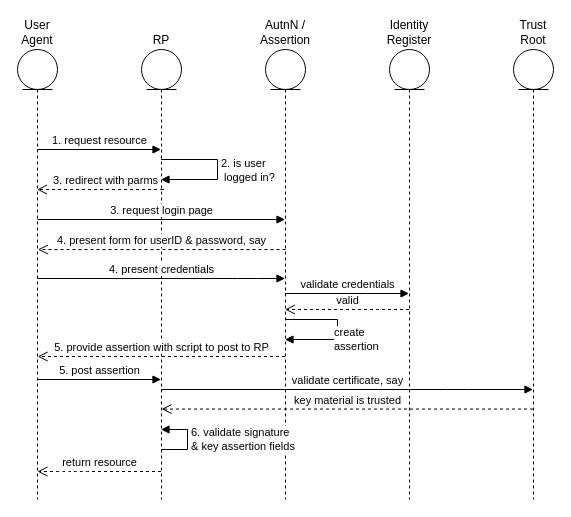
cronical/idpro-bok-tech-arch keeps this draw.io diagram as use-cases/authn-saml/sequence.drawio. Above is the earlier version. Source tidied: cells renumbered, new cells numbered last; positions are measured from the earlier drawing's top-left corner, leaving out a move shared by most shapes. Both pictures are drawn from the tidied source at 100%, with x=0, y=0 at pixel (17, 49).
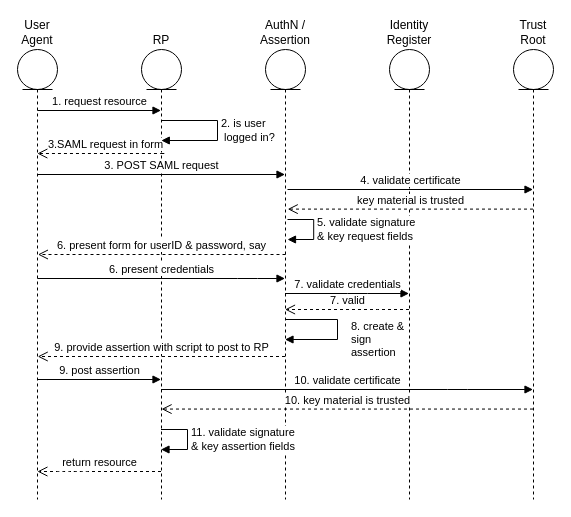
The same page after the edit.

Commit message (it also covers changes not shown here):
draft of authn-saml use-case complete

Unchanged cells that the change refers to:
```xml
<mxCell id="2" value="User Agent" style="shape=umlLifeline;participant=umlEntity;perimeter=lifelinePerimeter;whiteSpace=wrap;html=1;verticalAlign=bottom;spacingTop=36;outlineConnect=0;flipH=0;labelPosition=center;verticalLabelPosition=top;align=center;" parent="1" vertex="1">
  <mxGeometry width="40" height="450" as="geometry" />
</mxCell>
<mxCell id="3" value="RP" style="shape=umlLifeline;participant=umlEntity;perimeter=lifelinePerimeter;whiteSpace=wrap;html=1;verticalAlign=bottom;spacingTop=36;outlineConnect=0;flipH=0;labelPosition=center;verticalLabelPosition=top;align=center;" parent="1" vertex="1">
  <mxGeometry x="124" width="40" height="450" as="geometry" />
</mxCell>
<mxCell id="16" value="Identity Register" style="shape=umlLifeline;participant=umlEntity;perimeter=lifelinePerimeter;whiteSpace=wrap;html=1;verticalAlign=bottom;spacingTop=36;outlineConnect=0;flipH=0;labelPosition=center;verticalLabelPosition=top;align=center;" parent="1" vertex="1">
  <mxGeometry x="372" width="40" height="450" as="geometry" />
</mxCell>
<mxCell id="19" value="Trust Root" style="shape=umlLifeline;participant=umlEntity;perimeter=lifelinePerimeter;whiteSpace=wrap;html=1;verticalAlign=bottom;spacingTop=36;outlineConnect=0;flipH=0;labelPosition=center;verticalLabelPosition=top;align=center;" parent="1" vertex="1">
  <mxGeometry x="496" width="40" height="450" as="geometry" />
</mxCell>
```

Change to the diagram source:
```diff
@@
-    <mxCell id="4" value="AutnN / Assertion" style="shape=umlLifeline;participant=umlEntity;perimeter=lifelinePerimeter;whiteSpace=wrap;html=1;verticalAlign=bottom;spacingTop=36;outlineConnect=0;flipH=0;labelPosition=center;verticalLabelPosition=top;align=center;" parent="1" vertex="1">
+    <mxCell id="4" value="AuthN / Assertion" style="shape=umlLifeline;participant=umlEntity;perimeter=lifelinePerimeter;whiteSpace=wrap;html=1;verticalAlign=bottom;spacingTop=36;outlineConnect=0;flipH=0;labelPosition=center;verticalLabelPosition=top;align=center;" parent="1" vertex="1">
       <mxGeometry x="248" width="40" height="450" as="geometry" />
     </mxCell>
-    <mxCell id="5" value="1. request resource" style="html=1;verticalAlign=bottom;endArrow=block;" parent="1" edge="1" target="3">
+    <mxCell id="5" value="1. request resource" style="html=1;verticalAlign=bottom;endArrow=block;" parent="1" edge="1">
       <mxGeometry relative="1" as="geometry">
-        <mxPoint x="20" y="100" as="sourcePoint" />
+        <mxPoint x="20" y="61" as="sourcePoint" />
+        <mxPoint x="143.5" y="61" as="targetPoint" />
       </mxGeometry>
     </mxCell>
-    <mxCell id="6" value="3. redirect with parms" style="html=1;verticalAlign=bottom;endArrow=open;dashed=1;endSize=8;" parent="1" edge="1" source="3" target="2">
+    <mxCell id="6" value="3.SAML request in form" style="html=1;verticalAlign=bottom;endArrow=open;dashed=1;endSize=8;" parent="1" edge="1">
       <mxGeometry relative="1" as="geometry">
+        <mxPoint x="143.8" y="104" as="sourcePoint" />
+        <mxPoint x="19.8" y="104" as="targetPoint" />
         <Array as="points">
-          <mxPoint x="150" y="140" />
+          <mxPoint x="150" y="104" />
         </Array>
       </mxGeometry>
     </mxCell>
-    <mxCell id="7" value="3. request login page" style="html=1;verticalAlign=bottom;endArrow=block;" parent="1" edge="1" target="4">
+    <mxCell id="7" value="3. POST SAML request" style="html=1;verticalAlign=bottom;endArrow=block;" parent="1" edge="1">
       <mxGeometry relative="1" as="geometry">
-        <mxPoint x="20" y="170" as="sourcePoint" />
+        <mxPoint x="20" y="125" as="sourcePoint" />
+        <mxPoint x="267.5" y="125" as="targetPoint" />
       </mxGeometry>
     </mxCell>
-    <mxCell id="8" value="4. present form for userID &amp;amp; password, say" style="html=1;verticalAlign=bottom;endArrow=open;dashed=1;endSize=8;" parent="1" edge="1">
+    <mxCell id="8" value="6. present form for userID &amp;amp; password, say" style="html=1;verticalAlign=bottom;endArrow=open;dashed=1;endSize=8;" parent="1" edge="1">
       <mxGeometry relative="1" as="geometry">
-        <mxPoint x="268" y="200" as="sourcePoint" />
-        <mxPoint x="20.4" y="200" as="targetPoint" />
+        <mxPoint x="268" y="205" as="sourcePoint" />
+        <mxPoint x="20.4" y="205" as="targetPoint" />
       </mxGeometry>
     </mxCell>
-    <mxCell id="9" value="4. present credentials" style="html=1;verticalAlign=bottom;endArrow=block;" parent="1" edge="1" target="4">
+    <mxCell id="9" value="6. present credentials" style="html=1;verticalAlign=bottom;endArrow=block;" parent="1" edge="1" target="4">
       <mxGeometry relative="1" as="geometry">
         <mxPoint x="20" y="229" as="sourcePoint" />
         <Array as="points">
           <mxPoint x="230" y="229" />
         </Array>
       </mxGeometry>
     </mxCell>
-    <mxCell id="10" value="create&lt;br&gt;assertion" style="edgeStyle=orthogonalEdgeStyle;html=1;align=left;spacingLeft=2;endArrow=block;rounded=0;" parent="1" edge="1" source="4" target="4">
-      <mxGeometry x="0.28" relative="1" as="geometry">
+    <mxCell id="10" value="8. create &amp;amp;&lt;br&gt;sign&lt;br&gt;assertion" style="edgeStyle=orthogonalEdgeStyle;html=1;align=left;spacingLeft=2;endArrow=block;rounded=0;" parent="1" edge="1" source="4" target="4">
+      <mxGeometry x="0.16" y="-10" relative="1" as="geometry">
         <Array as="points">
           <mxPoint x="320" y="270" />
           <mxPoint x="320" y="290" />
         </Array>
+        <mxPoint x="10" y="10" as="offset" />
       </mxGeometry>
     </mxCell>
-    <mxCell id="11" value="5. provide assertion with script to post to RP" style="html=1;verticalAlign=bottom;endArrow=open;dashed=1;endSize=8;" parent="1" edge="1" source="4">
+    <mxCell id="11" value="9. provide assertion with script to post to RP" style="html=1;verticalAlign=bottom;endArrow=open;dashed=1;endSize=8;" parent="1" edge="1" source="4">
       <mxGeometry relative="1" as="geometry">
         <mxPoint x="20.2" y="307" as="targetPoint" />
       </mxGeometry>
     </mxCell>
-    <mxCell id="12" value="5. post assertion" style="html=1;verticalAlign=bottom;endArrow=block;" parent="1" edge="1" target="3">
+    <mxCell id="12" value="9. post assertion" style="html=1;verticalAlign=bottom;endArrow=block;" parent="1" edge="1" target="3">
       <mxGeometry relative="1" as="geometry">
         <mxPoint x="20" y="330" as="sourcePoint" />
       </mxGeometry>
     </mxCell>
-    <mxCell id="13" value="6. validate signature&amp;nbsp;&lt;br&gt;&amp;amp; key assertion fields" style="edgeStyle=orthogonalEdgeStyle;html=1;align=left;spacingLeft=2;endArrow=block;rounded=0;" parent="1" edge="1" source="3" target="3">
+    <mxCell id="13" value="11. validate signature&amp;nbsp;&lt;br&gt;&amp;amp; key assertion fields" style="edgeStyle=orthogonalEdgeStyle;html=1;align=left;spacingLeft=2;endArrow=none;rounded=0;startArrow=block;startFill=1;endFill=0;" parent="1" edge="1" source="3" target="3">
       <mxGeometry relative="1" as="geometry">
         <Array as="points">
           <mxPoint x="170" y="400" />
           <mxPoint x="170" y="380" />
         </Array>
       </mxGeometry>
     </mxCell>
@@
-    <mxCell id="15" value="2. is user&lt;br&gt;&amp;nbsp;logged in?&amp;nbsp;" style="edgeStyle=orthogonalEdgeStyle;html=1;align=left;spacingLeft=2;endArrow=block;rounded=0;" parent="1" edge="1" source="3" target="3">
+    <mxCell id="15" value="2. is user&lt;br&gt;&amp;nbsp;logged in?&amp;nbsp;" style="edgeStyle=orthogonalEdgeStyle;html=1;align=left;spacingLeft=2;endArrow=block;rounded=0;" parent="1" edge="1">
       <mxGeometry relative="1" as="geometry">
+        <mxPoint x="143.8" y="71" as="sourcePoint" />
+        <mxPoint x="143.8" y="91" as="targetPoint" />
         <Array as="points">
-          <mxPoint x="200" y="110" />
-          <mxPoint x="200" y="130" />
+          <mxPoint x="200" y="71" />
+          <mxPoint x="200" y="91" />
         </Array>
       </mxGeometry>
     </mxCell>
@@
-    <mxCell id="17" value="&lt;span style=&quot;text-align: left&quot;&gt;validate credentials&lt;/span&gt;" style="html=1;verticalAlign=bottom;endArrow=block;" parent="1" edge="1" source="4" target="16">
+    <mxCell id="17" value="&lt;span style=&quot;text-align: left&quot;&gt;7. validate credentials&lt;/span&gt;" style="html=1;verticalAlign=bottom;endArrow=block;" parent="1" edge="1" source="4" target="16">
       <mxGeometry relative="1" as="geometry">
         <Array as="points">
           <mxPoint x="340" y="244" />
         </Array>
       </mxGeometry>
     </mxCell>
-    <mxCell id="18" value="valid" style="html=1;verticalAlign=bottom;endArrow=open;dashed=1;endSize=8;" parent="1" edge="1" source="16" target="4">
+    <mxCell id="18" value="7. valid" style="html=1;verticalAlign=bottom;endArrow=open;dashed=1;endSize=8;" parent="1" edge="1" source="16" target="4">
       <mxGeometry relative="1" as="geometry">
         <Array as="points">
           <mxPoint x="350" y="260" />
         </Array>
       </mxGeometry>
     </mxCell>
@@
-    <mxCell id="20" value="validate certificate, say" style="html=1;verticalAlign=bottom;endArrow=block;" parent="1" edge="1" source="3" target="19">
+    <mxCell id="20" value="10. validate certificate" style="html=1;verticalAlign=bottom;endArrow=block;" parent="1" edge="1" source="3" target="19">
       <mxGeometry relative="1" as="geometry">
         <Array as="points">
           <mxPoint x="440" y="340" />
         </Array>
       </mxGeometry>
     </mxCell>
-    <mxCell id="21" value="key material is trusted" style="html=1;verticalAlign=bottom;endArrow=open;dashed=1;endSize=8;entryX=0.501;entryY=0.799;entryDx=0;entryDy=0;entryPerimeter=0;" parent="1" edge="1" source="19" target="3">
+    <mxCell id="21" value="10. key material is trusted" style="html=1;verticalAlign=bottom;endArrow=open;dashed=1;endSize=8;entryX=0.501;entryY=0.799;entryDx=0;entryDy=0;entryPerimeter=0;" parent="1" edge="1" source="19" target="3">
       <mxGeometry relative="1" as="geometry" />
     </mxCell>
+    <mxCell id="22" value="4. validate certificate" style="html=1;verticalAlign=bottom;endArrow=block;" parent="1" edge="1" target="19">
+      <mxGeometry relative="1" as="geometry">
+        <mxPoint x="270" y="140" as="sourcePoint" />
+      </mxGeometry>
+    </mxCell>
+    <mxCell id="23" value="key material is trusted" style="html=1;verticalAlign=bottom;endArrow=open;dashed=1;endSize=8;entryX=0.501;entryY=0.799;entryDx=0;entryDy=0;entryPerimeter=0;" parent="1" edge="1" source="19">
+      <mxGeometry relative="1" as="geometry">
+        <mxPoint x="270.2" y="159.6" as="targetPoint" />
+      </mxGeometry>
+    </mxCell>
+    <mxCell id="24" value="5. validate signature&amp;nbsp;&lt;br&gt;&amp;amp; key request fields" style="edgeStyle=orthogonalEdgeStyle;html=1;align=left;spacingLeft=2;endArrow=none;rounded=0;startArrow=block;startFill=1;endFill=0;" parent="1" edge="1">
+      <mxGeometry relative="1" as="geometry">
+        <mxPoint x="270" y="190" as="sourcePoint" />
+        <mxPoint x="270" y="170" as="targetPoint" />
+        <Array as="points">
+          <mxPoint x="296.2" y="190" />
+          <mxPoint x="296.2" y="170" />
+        </Array>
+      </mxGeometry>
+    </mxCell>
```
